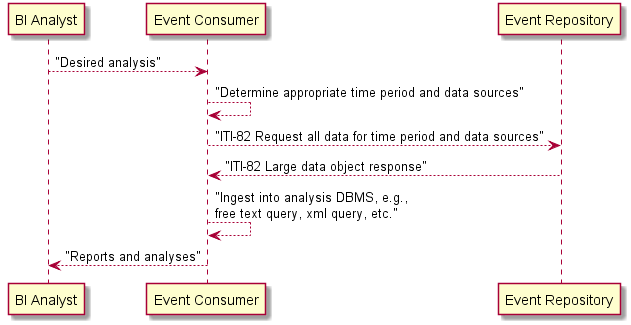
Before: syslog-query.png, a diagram exported from PlantUML (rjhorn-agfa/SOLE).
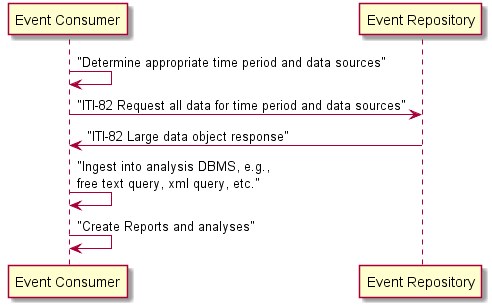
Above is the later version.

Change to the diagram source:
```diff
@@ -1,10 +1,9 @@
 @startuml
 
-"BI Analyst" --> "Event Consumer" : "Desired analysis"
-"Event Consumer" --> "Event Consumer" : "Determine appropriate time period and data sources"
-"Event Consumer" --> "Event Repository" : "ITI-82 Request all data for time period and data sources"
-"Event Repository" --> "Event Consumer" : "ITI-82 Large data object response"
-"Event Consumer" --> "Event Consumer" : "Ingest into analysis DBMS, e.g.,\nfree text query, xml query, etc."
-"Event Consumer" --> "BI Analyst" : "Reports and analyses"
+"Event Consumer" -> "Event Consumer" : "Determine appropriate time period and data sources"
+"Event Consumer" -> "Event Repository" : "ITI-82 Request all data for time period and data sources"
+"Event Repository" -> "Event Consumer" : "ITI-82 Large data object response"
+"Event Consumer" -> "Event Consumer" : "Ingest into analysis DBMS, e.g.,\nfree text query, xml query, etc."
+"Event Consumer" -> "Event Consumer" : "Create Reports and analyses"
 
 @enduml
```
